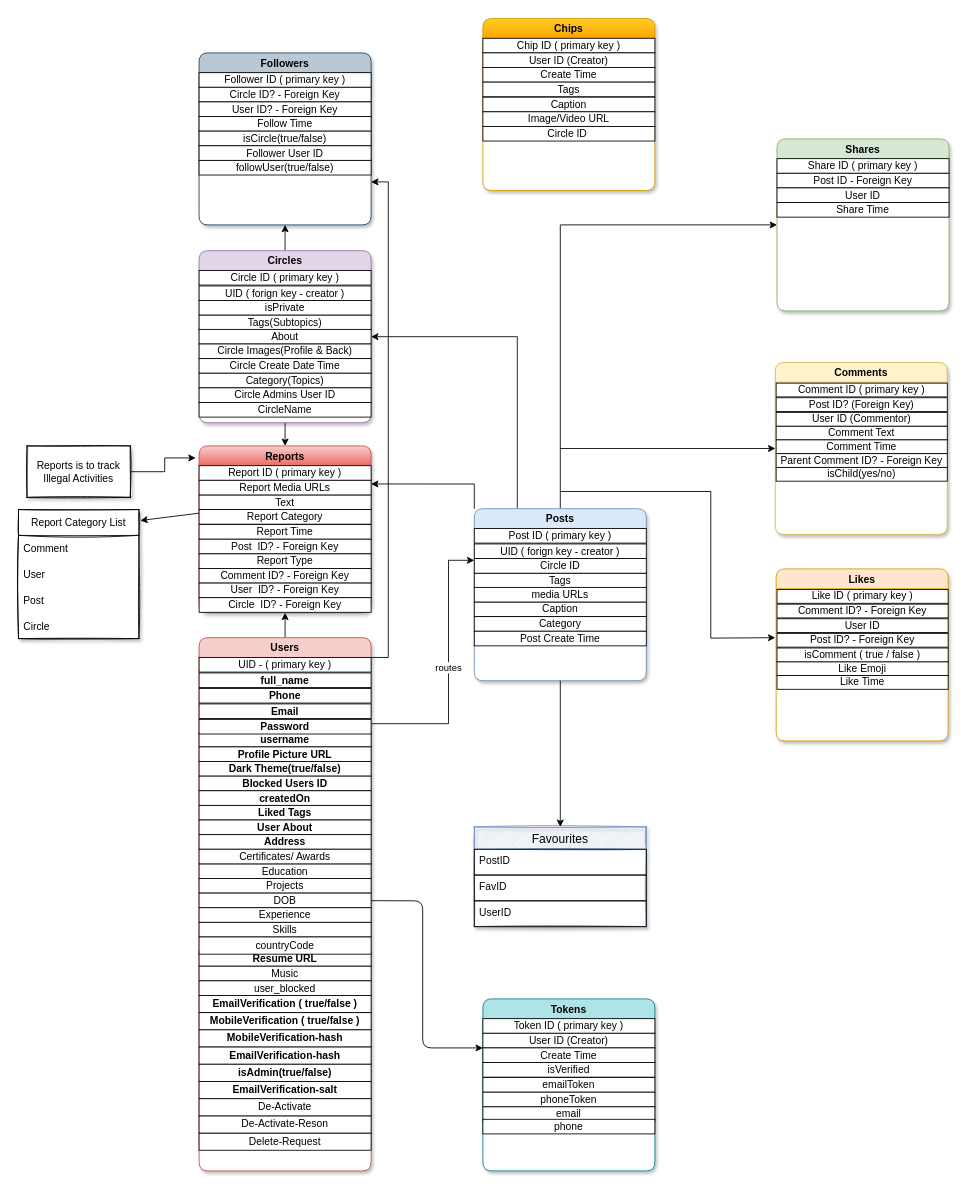
Earlier version of the draw.io diagram BackendV1-DBArchitecture.drawio (aghosh0605/social-app-backend). Source tidied: cells renumbered, new cells numbered last; positions are measured from the earlier drawing's top-left corner, leaving out a move shared by most shapes. Both pictures are drawn from the tidied source at 86%, with x=0, y=0 at pixel (18, 18).
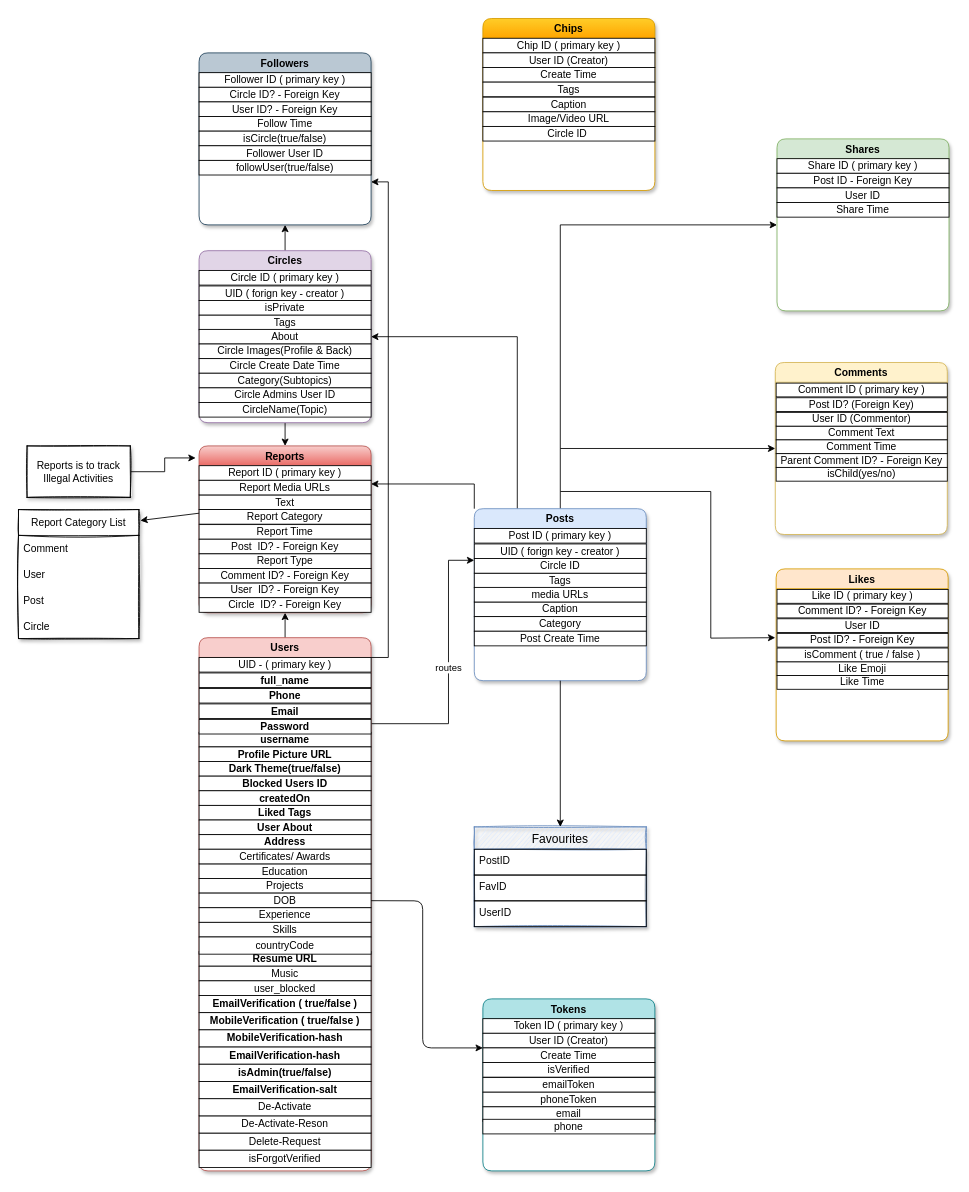
Above is the later version.

The change refers to these unchanged cells:
```xml
<mxCell id="4" value="Users" style="swimlane;fillColor=#f8cecc;strokeColor=#b85450;shadow=1;rounded=1;swimlaneFillColor=default;" parent="1" vertex="1">
  <mxGeometry x="210" y="720" width="200" height="620" as="geometry" />
</mxCell>
<mxCell id="68" value="Circles" style="swimlane;fillColor=#e1d5e7;strokeColor=#9673a6;rounded=1;shadow=1;swimlaneFillColor=default;" parent="1" vertex="1">
  <mxGeometry x="210" y="270" width="200" height="200" as="geometry" />
</mxCell>
```

What changed in the source:
```diff
@@
+    <mxCell id="136" value="isForgotVerified" style="rounded=0;whiteSpace=wrap;html=1;" parent="4" vertex="1">
+      <mxGeometry y="596" width="200" height="20" as="geometry" />
+    </mxCell>
@@
-    <mxCell id="71" value="Tags(Subtopics)" style="rounded=0;whiteSpace=wrap;html=1;" parent="68" vertex="1">
+    <mxCell id="71" value="Tags" style="rounded=0;whiteSpace=wrap;html=1;" parent="68" vertex="1">
       <mxGeometry y="75" width="200" height="17" as="geometry" />
     </mxCell>
@@
-    <mxCell id="76" value="Category(Topics)" style="rounded=0;whiteSpace=wrap;html=1;" parent="68" vertex="1">
+    <mxCell id="76" value="Category(Subtopics)" style="rounded=0;whiteSpace=wrap;html=1;" parent="68" vertex="1">
       <mxGeometry y="142.5" width="200" height="17" as="geometry" />
     </mxCell>
@@
-    <mxCell id="78" value="CircleName" style="rounded=0;whiteSpace=wrap;html=1;" parent="68" vertex="1">
+    <mxCell id="78" value="CircleName(Topic)" style="rounded=0;whiteSpace=wrap;html=1;" parent="68" vertex="1">
       <mxGeometry y="176.5" width="200" height="17" as="geometry" />
     </mxCell>
```
